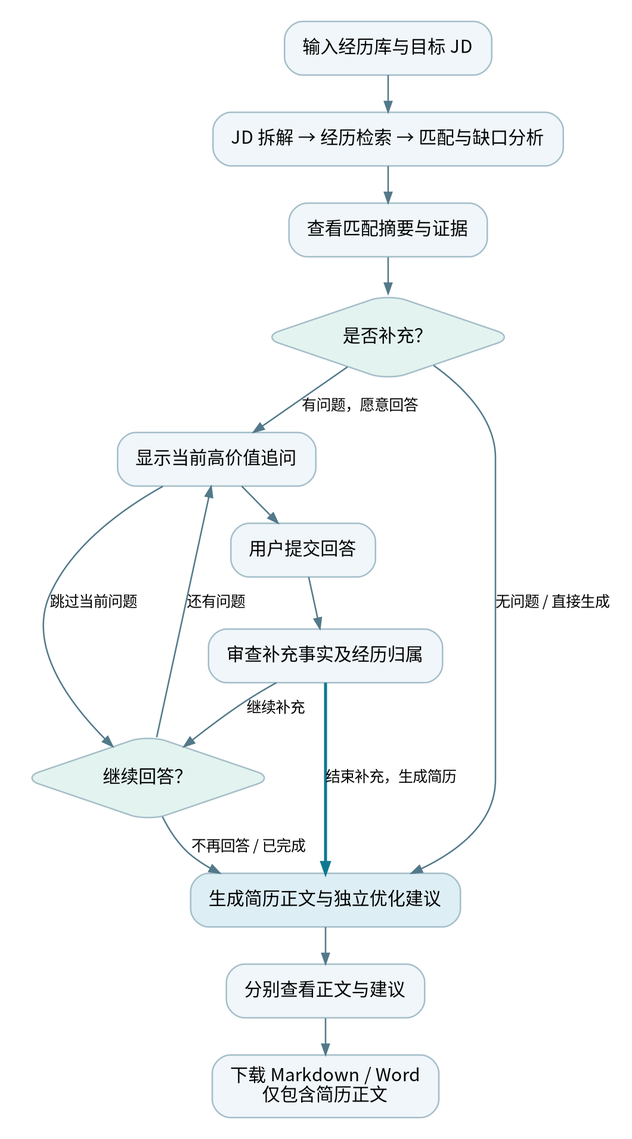
Before: docs/prd/assets/user-flow.png, a diagram exported from Graphviz (yunlinlian-Eliot/CariAgent). Its source is kept beside it as docs/prd/assets/user-flow.dot. Its diagram source:
```dot
digraph flow {
graph [rankdir=TB, bgcolor="transparent", pad="0.2", nodesep="0.24", ranksep="0.34"];
node [shape=box,style="rounded,filled",fillcolor="#F0F6FA",color="#A4BEC9",fontname="Noto Sans CJK SC",fontsize=12,margin="0.16,0.11"];
edge [color="#527989",fontname="Noto Sans CJK SC",fontsize=10,arrowsize=.7];
input [label="输入经历库与目标 JD"];
analysis [label="JD 拆解 → 经历检索 → 匹配与缺口分析"];
summary [label="查看匹配摘要与证据"];
choice [shape=diamond,label="是否补充？",fillcolor="#E3F3EF"];
question [label="显示当前高价值追问"];
answer [label="用户提交回答"];
review [label="审查补充事实及经历归属"];
next [shape=diamond,label="继续回答？",fillcolor="#E3F3EF"];
generate [label="生成简历正文与独立优化建议",fillcolor="#DDEEF5"];
view [label="分别查看正文与建议"];
export [label="下载 Markdown / Word\n仅包含简历正文"];
input -> analysis -> summary -> choice;
choice -> question [label="有问题，愿意回答"];
choice -> generate [label="无问题 / 直接生成"];
question -> answer -> review;
question -> next [label="跳过当前问题"];
review -> generate [label="结束补充，生成简历",color="#0E7890",penwidth=2];
review -> next [label="继续补充"];
next -> question [label="还有问题"];
next -> generate [label="不再回答 / 已完成"];
generate -> view -> export;
}
```
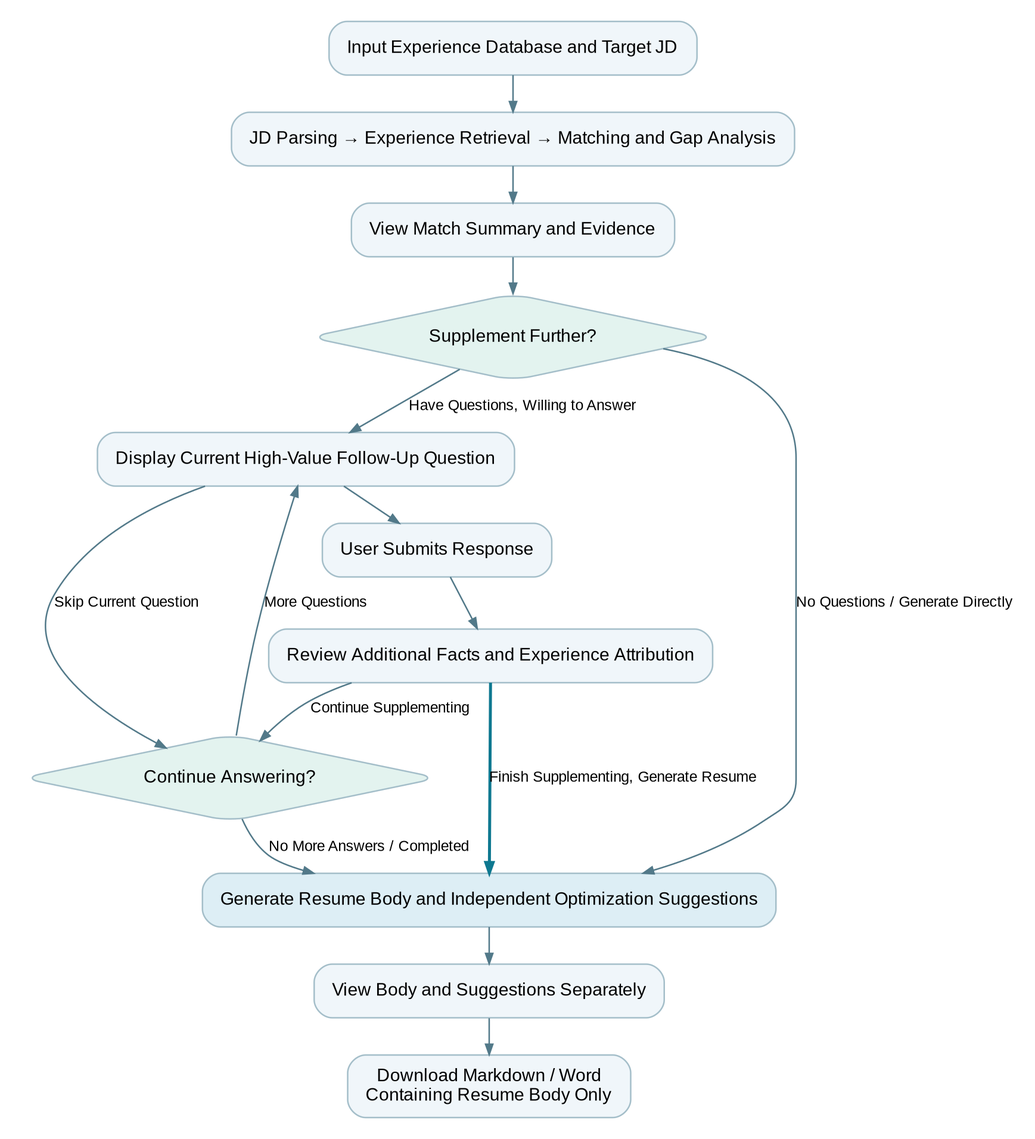
After the change.

What changed in the source:
```diff
@@ -1,26 +1,26 @@
 digraph flow {
 graph [rankdir=TB, bgcolor="transparent", pad="0.2", nodesep="0.24", ranksep="0.34"];
-node [shape=box,style="rounded,filled",fillcolor="#F0F6FA",color="#A4BEC9",fontname="Noto Sans CJK SC",fontsize=12,margin="0.16,0.11"];
-edge [color="#527989",fontname="Noto Sans CJK SC",fontsize=10,arrowsize=.7];
-input [label="输入经历库与目标 JD"];
-analysis [label="JD 拆解 → 经历检索 → 匹配与缺口分析"];
-summary [label="查看匹配摘要与证据"];
-choice [shape=diamond,label="是否补充？",fillcolor="#E3F3EF"];
-question [label="显示当前高价值追问"];
-answer [label="用户提交回答"];
-review [label="审查补充事实及经历归属"];
-next [shape=diamond,label="继续回答？",fillcolor="#E3F3EF"];
-generate [label="生成简历正文与独立优化建议",fillcolor="#DDEEF5"];
-view [label="分别查看正文与建议"];
-export [label="下载 Markdown / Word\n仅包含简历正文"];
+node [shape=box,style="rounded,filled",fillcolor="#F0F6FA",color="#A4BEC9",fontname="Arial",fontsize=12,margin="0.16,0.11"];
+edge [color="#527989",fontname="Arial",fontsize=10,arrowsize=.7];
+input [label="Input Experience Database and Target JD"];
+analysis [label="JD Parsing → Experience Retrieval → Matching and Gap Analysis"];
+summary [label="View Match Summary and Evidence"];
+choice [shape=diamond,label="Supplement Further?",fillcolor="#E3F3EF"];
+question [label="Display Current High-Value Follow-Up Question"];
+answer [label="User Submits Response"];
+review [label="Review Additional Facts and Experience Attribution"];
+next [shape=diamond,label="Continue Answering?",fillcolor="#E3F3EF"];
+generate [label="Generate Resume Body and Independent Optimization Suggestions",fillcolor="#DDEEF5"];
+view [label="View Body and Suggestions Separately"];
+export [label="Download Markdown / Word\nContaining Resume Body Only"];
 input -> analysis -> summary -> choice;
-choice -> question [label="有问题，愿意回答"];
-choice -> generate [label="无问题 / 直接生成"];
+choice -> question [label="Have Questions, Willing to Answer"];
+choice -> generate [label="No Questions / Generate Directly"];
 question -> answer -> review;
-question -> next [label="跳过当前问题"];
-review -> generate [label="结束补充，生成简历",color="#0E7890",penwidth=2];
-review -> next [label="继续补充"];
-next -> question [label="还有问题"];
-next -> generate [label="不再回答 / 已完成"];
+question -> next [label="Skip Current Question"];
+review -> generate [label="Finish Supplementing, Generate Resume",color="#0E7890",penwidth=2];
+review -> next [label="Continue Supplementing"];
+next -> question [label="More Questions"];
+next -> generate [label="No More Answers / Completed"];
 generate -> view -> export;
 }
```
